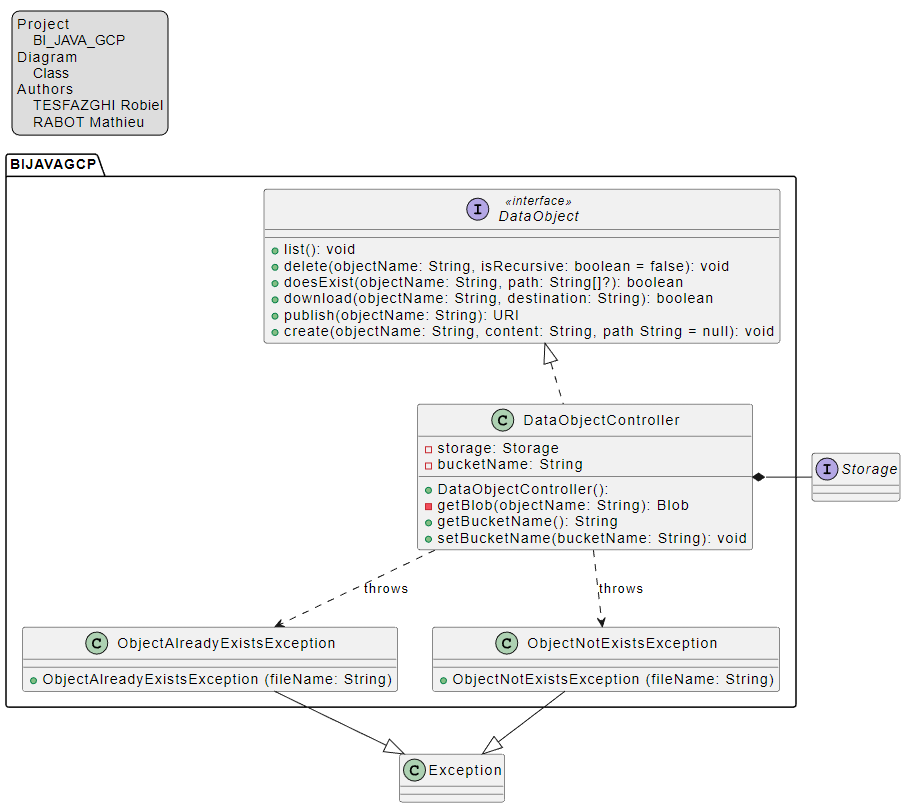
Earlier version of the PlantUML export doc/Diagramme de classe.png (CPNV-ES-BI/BI_JAVA_GCP). Its source is kept beside it as doc/Diagramme de classe.plantuml. Its diagram source:
```plantuml
@startuml

legend top left
    Project
        BI_JAVA_GCP
    Diagram
        Class
    Authors
        TESFAZGHI Robiel
        RABOT Mathieu
endlegend

package BIJAVAGCP {
    interface DataObject << interface >>{
        + list(): void
        + delete(objectName: String, isRecursive: boolean = false): void
        + doesExist(objectName: String, path: String[]?): boolean
        + download(objectName: String, destination: String): boolean
        + publish(objectName: String): URI
        + create(objectName: String, content: String, path String = null): void
    }

    class DataObjectController {
        + DataObjectController():
        - storage: Storage
        - bucketName: String
        - getBlob(objectName: String): Blob
        + getBucketName(): String
        + setBucketName(bucketName: String): void
    }

    class ObjectAlreadyExistsException {
        + ObjectAlreadyExistsException (fileName: String)
    }

    class ObjectNotExistsException {
        + ObjectNotExistsException (fileName: String)
    }
}

class Exception

interface Storage


DataObject <|.. DataObjectController

DataObjectController ..> ObjectAlreadyExistsException : throws
DataObjectController  ..> ObjectNotExistsException : throws

ObjectAlreadyExistsException  --|> Exception
ObjectNotExistsException --|> Exception

DataObjectController *- Storage

@enduml
```
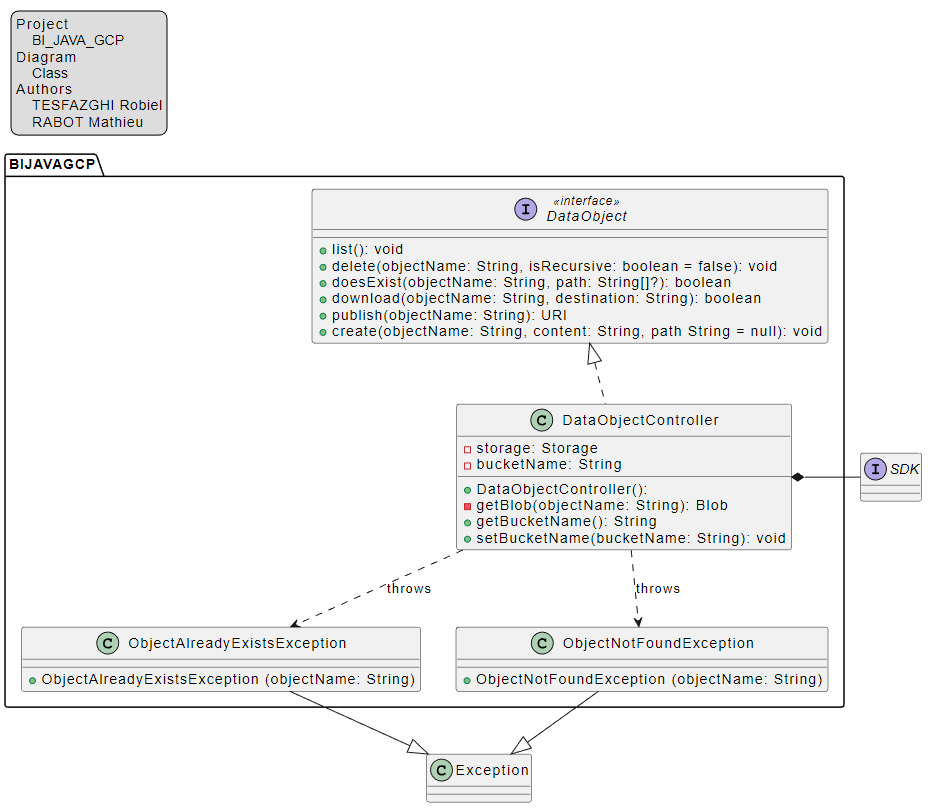
The same diagram one commit later.

Commit message:
Update class diagram to adapte SDK and execption name

Diff of the diagram source:
```diff
@@ -30,27 +30,27 @@
     }
 
     class ObjectAlreadyExistsException {
-        + ObjectAlreadyExistsException (fileName: String)
+        + ObjectAlreadyExistsException (objectName: String)
     }
 
-    class ObjectNotExistsException {
-        + ObjectNotExistsException (fileName: String)
+    class ObjectNotFoundException {
+        + ObjectNotFoundException (objectName: String)
     }
 }
 
 class Exception
 
-interface Storage
+interface SDK
 
 
 DataObject <|.. DataObjectController
 
 DataObjectController ..> ObjectAlreadyExistsException : throws
-DataObjectController  ..> ObjectNotExistsException : throws
+DataObjectController  ..> ObjectNotFoundException : throws
 
 ObjectAlreadyExistsException  --|> Exception
-ObjectNotExistsException --|> Exception
+ObjectNotFoundException --|> Exception
 
-DataObjectController *- Storage
+DataObjectController *- SDK
 
 @enduml
```
